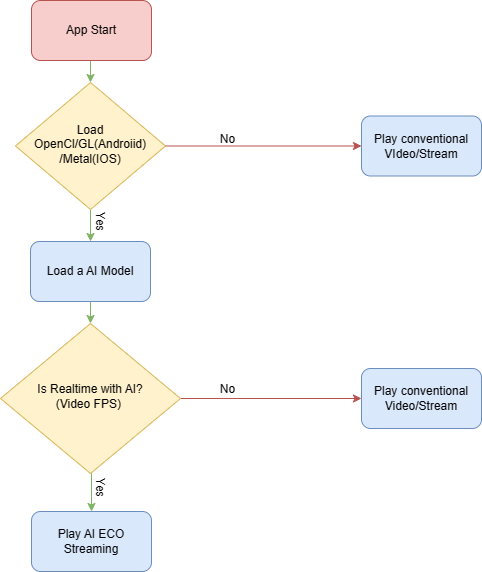
Before: img/GDFPlayFlowChart.png, a diagram exported from draw.io (gdfzero/gdfplay). Source tidied: cells renumbered, new cells last; positions are measured from the earlier drawing's top-left corner, leaving out a move shared by most shapes.
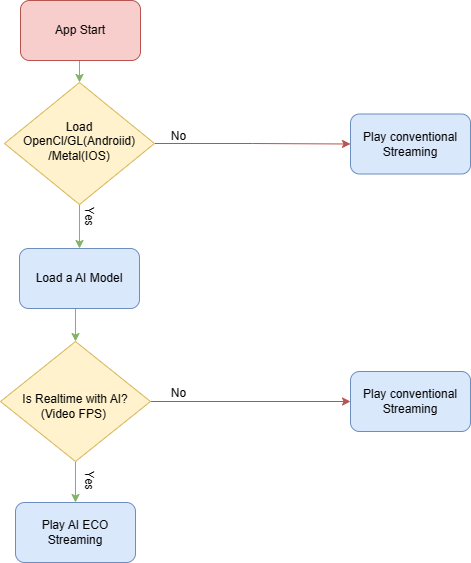
After the change.

The edit, as a diff of the source:
```diff
@@ -8,26 +8,26 @@
     <mxCell id="3" style="edgeStyle=orthogonalEdgeStyle;rounded=0;jettySize=auto;html=1;exitX=0.5;exitY=1;exitDx=0;exitDy=0;entryX=0.5;entryY=0;entryDx=0;entryDy=0;fillColor=#d5e8d4;strokeColor=#82b366;" parent="1" edge="1" source="4" target="9">
       <mxGeometry relative="1" as="geometry" />
     </mxCell>
-    <mxCell id="4" value="Is Realtime with AI?&lt;br&gt;(Video FPS)&amp;nbsp;" style="rhombus;whiteSpace=wrap;html=1;shadow=0;fontFamily=Helvetica;fontSize=12;align=center;strokeWidth=1;spacing=6;spacingTop=-4;fillColor=#fff2cc;strokeColor=#d6b656;" parent="1" vertex="1">
-      <mxGeometry y="323" width="180" height="150" as="geometry" />
+    <mxCell id="4" value="&lt;br&gt;Is Realtime with AI?&lt;br&gt;(Video FPS)&amp;nbsp;" style="rhombus;whiteSpace=wrap;html=1;shadow=0;fontFamily=Helvetica;fontSize=12;align=center;strokeWidth=1;spacing=6;spacingTop=-4;fillColor=#fff2cc;strokeColor=#d6b656;" parent="1" vertex="1">
+      <mxGeometry x="11" y="346" width="150" height="120" as="geometry" />
     </mxCell>
     <mxCell id="5" style="edgeStyle=orthogonalEdgeStyle;rounded=0;jettySize=auto;html=1;exitX=0.5;exitY=1;exitDx=0;exitDy=0;entryX=0.5;entryY=0;entryDx=0;entryDy=0;fillColor=#d5e8d4;strokeColor=#82b366;" parent="1" edge="1" source="6" target="13">
       <mxGeometry relative="1" as="geometry" />
     </mxCell>
     <mxCell id="6" value="App Start" style="rounded=1;whiteSpace=wrap;html=1;fillColor=#f8cecc;strokeColor=#b85450;" parent="1" vertex="1">
-      <mxGeometry x="31" width="120" height="60" as="geometry" />
+      <mxGeometry x="31" y="5" width="120" height="60" as="geometry" />
     </mxCell>
     <mxCell id="7" style="edgeStyle=orthogonalEdgeStyle;rounded=0;jettySize=auto;html=1;exitX=0.5;exitY=1;exitDx=0;exitDy=0;entryX=0.5;entryY=0;entryDx=0;entryDy=0;fillColor=#d5e8d4;strokeColor=#82b366;" parent="1" edge="1" source="8" target="4">
       <mxGeometry relative="1" as="geometry" />
     </mxCell>
     <mxCell id="8" value="Load a AI Model" style="rounded=1;whiteSpace=wrap;html=1;fillColor=#dae8fc;strokeColor=#6c8ebf;" parent="1" vertex="1">
-      <mxGeometry x="30" y="241" width="120" height="60" as="geometry" />
+      <mxGeometry x="30" y="253" width="120" height="60" as="geometry" />
     </mxCell>
     <mxCell id="9" value="Play AI ECO &lt;br&gt;Streaming" style="rounded=1;whiteSpace=wrap;html=1;fillColor=#dae8fc;strokeColor=#6c8ebf;" parent="1" vertex="1">
-      <mxGeometry x="31" y="511" width="120" height="60" as="geometry" />
+      <mxGeometry x="26" y="507" width="120" height="60" as="geometry" />
     </mxCell>
-    <mxCell id="10" value="Play conventional&lt;br&gt;VIdeo/Stream" style="rounded=1;whiteSpace=wrap;html=1;fillColor=#dae8fc;strokeColor=#6c8ebf;" parent="1" vertex="1">
-      <mxGeometry x="361" y="115.5" width="120" height="60" as="geometry" />
+    <mxCell id="10" value="Play conventional&lt;br&gt;Streaming" style="rounded=1;whiteSpace=wrap;html=1;fillColor=#dae8fc;strokeColor=#6c8ebf;" parent="1" vertex="1">
+      <mxGeometry x="361" y="118.5" width="120" height="60" as="geometry" />
     </mxCell>
     <mxCell id="11" style="edgeStyle=orthogonalEdgeStyle;rounded=0;jettySize=auto;html=1;exitX=1;exitY=0.5;exitDx=0;exitDy=0;entryX=0;entryY=0.5;entryDx=0;entryDy=0;fillColor=#f8cecc;strokeColor=#b85450;" parent="1" edge="1" source="13" target="10">
       <mxGeometry relative="1" as="geometry" />
@@ -36,22 +36,22 @@
       <mxGeometry relative="1" as="geometry" />
     </mxCell>
     <mxCell id="13" value="Load OpenCl/GL(Androiid)&lt;br&gt;/Metal(IOS)" style="rhombus;whiteSpace=wrap;html=1;shadow=0;fontFamily=Helvetica;fontSize=12;align=center;strokeWidth=1;spacing=6;spacingTop=-4;fillColor=#fff2cc;strokeColor=#d6b656;" parent="1" vertex="1">
-      <mxGeometry x="15" y="82" width="150" height="127" as="geometry" />
+      <mxGeometry x="15" y="87" width="150" height="122" as="geometry" />
     </mxCell>
     <mxCell id="14" value="No" style="text;html=1;align=center;verticalAlign=middle;strokeColor=none;fillColor=none;" parent="1" vertex="1">
-      <mxGeometry x="207" y="124" width="40" height="30" as="geometry" />
+      <mxGeometry x="169" y="126" width="40" height="30" as="geometry" />
     </mxCell>
     <mxCell id="15" value="No" style="text;html=1;align=center;verticalAlign=middle;strokeColor=none;fillColor=none;" parent="1" vertex="1">
-      <mxGeometry x="207" y="374" width="40" height="30" as="geometry" />
+      <mxGeometry x="169" y="383" width="40" height="30" as="geometry" />
     </mxCell>
     <mxCell id="16" value="Yes" style="text;html=1;align=center;verticalAlign=middle;strokeColor=none;fillColor=none;rotation=90;" parent="1" vertex="1">
       <mxGeometry x="80" y="206" width="40" height="30" as="geometry" />
     </mxCell>
     <mxCell id="17" value="Yes" style="text;html=1;align=center;verticalAlign=middle;strokeColor=none;fillColor=none;rotation=90;" parent="1" vertex="1">
-      <mxGeometry x="80" y="472" width="40" height="30" as="geometry" />
+      <mxGeometry x="80" y="470" width="40" height="30" as="geometry" />
     </mxCell>
-    <mxCell id="18" value="Play conventional&lt;br&gt;Video/Stream" style="rounded=1;whiteSpace=wrap;html=1;fillColor=#dae8fc;strokeColor=#6c8ebf;" parent="1" vertex="1">
-      <mxGeometry x="361" y="368" width="120" height="60" as="geometry" />
+    <mxCell id="18" value="Play conventional&lt;br&gt;Streaming" style="rounded=1;whiteSpace=wrap;html=1;fillColor=#dae8fc;strokeColor=#6c8ebf;" parent="1" vertex="1">
+      <mxGeometry x="361" y="376" width="120" height="60" as="geometry" />
     </mxCell>
   </root>
 </mxGraphModel>
```
